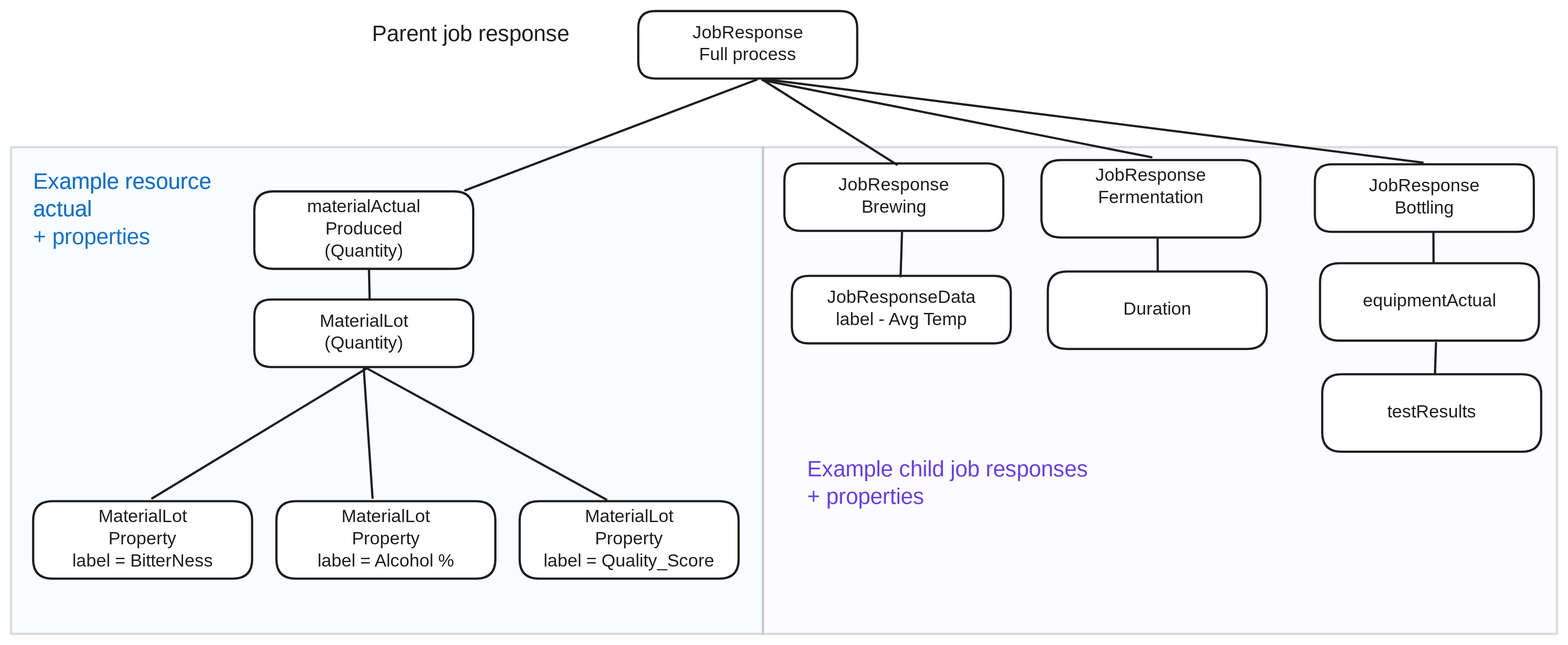
Before: static/images/s95/diagram-rhize-s95-job-response-with-children.svg, a diagram exported from Excalidraw (libremfg/rhize-docs). Source tidied: one line per element, renumbered; positions are measured from the earlier drawing's top-left corner, leaving out a move shared by most shapes.
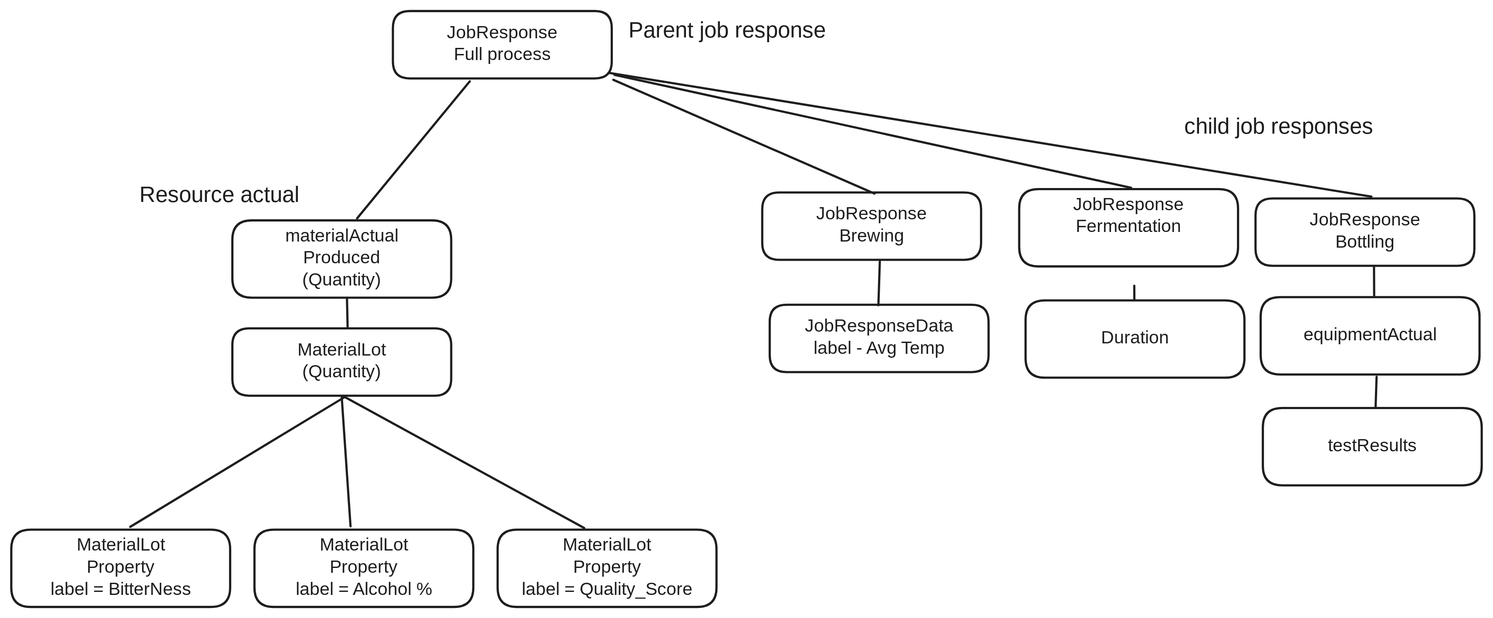
After the change.

Commit message:
[refactor] remove unnecessary color from diagram

Change to the diagram source:
```diff
@@ -1,10 +1,8 @@
-{"id": 0, "type": "rectangle", "strokeColor": "#868e96", "backgroundColor": "#f3f0ff", "fillStyle": "solid", "strokeWidth": 2, "roughness": 0, "opacity": 30, "x": 680, "y": 123, "width": 718, "height": 440}
-{"id": 1, "type": "rectangle", "strokeColor": "#868e96", "backgroundColor": "#e7f5ff", "fillStyle": "solid", "strokeWidth": 2, "roughness": 0, "opacity": 30, "x": 0, "y": 123, "width": 680, "height": 440}
-{"id": 2, "type": "rectangle", "strokeColor": "#1e1e1e", "backgroundColor": "#ffffff", "fillStyle": "solid", "strokeWidth": 2, "roughness": 0, "round": true, "x": 567, "y": 0, "width": 198, "height": 61}
+{"id": 2, "type": "rectangle", "strokeColor": "#1e1e1e", "backgroundColor": "#ffffff", "fillStyle": "solid", "strokeWidth": 2, "roughness": 0, "round": true, "x": 365, "y": -27, "width": 198, "height": 61}
-{"id": 3, "type": "text", "text": "JobResponse\nFull process", "strokeColor": "#1e1e1e", "backgroundColor": "#ffffff", "fillStyle": "solid", "strokeWidth": 1, "roughness": 0, "fontSize": 16, "fontFamily": 8, "textAlign": "center", "verticalAlign": "middle", "inside": 2, "x": 613, "y": 10, "width": 106, "height": 40}
+{"id": 3, "type": "text", "text": "JobResponse\nFull process", "strokeColor": "#1e1e1e", "backgroundColor": "#ffffff", "fillStyle": "solid", "strokeWidth": 1, "roughness": 0, "fontSize": 16, "fontFamily": 8, "textAlign": "center", "verticalAlign": "middle", "inside": 2, "x": 411, "y": -16, "width": 106, "height": 40}
 {"id": 4, "type": "rectangle", "strokeColor": "#1e1e1e", "backgroundColor": "#ffffff", "fillStyle": "solid", "strokeWidth": 2, "roughness": 0, "round": true, "x": 220, "y": 163, "width": 198, "height": 70}
 {"id": 5, "type": "text", "text": "materialActual\nProduced\n(Quantity)", "strokeColor": "#1e1e1e", "backgroundColor": "#ffffff", "fillStyle": "solid", "strokeWidth": 1, "roughness": 0, "fontSize": 16, "fontFamily": 8, "textAlign": "center", "verticalAlign": "middle", "inside": 4, "x": 257, "y": 168, "width": 123, "height": 60}
-{"id": 6, "type": "arrow", "strokeColor": "#1e1e1e", "backgroundColor": "#ffffff", "fillStyle": "solid", "strokeWidth": 2, "roughness": 0, "from": 4, "to": 2, "x": 411, "y": 162, "width": 263, "height": 100, "points": [[0, 0], [263, -100]]}
+{"id": 6, "type": "arrow", "strokeColor": "#1e1e1e", "backgroundColor": "#ffffff", "fillStyle": "solid", "strokeWidth": 2, "roughness": 0, "from": 4, "to": 2, "x": 333, "y": 161, "width": 102, "height": 124, "points": [[0, 0], [102, -124]]}
 {"id": 7, "type": "arrow", "strokeColor": "#1e1e1e", "backgroundColor": "#ffffff", "fillStyle": "solid", "strokeWidth": 2, "roughness": 0, "from": 10, "to": 4, "x": 325, "y": 273, "width": 1, "height": 39, "points": [[0, 0], [-1, -39]]}
 {"id": 8, "type": "rectangle", "strokeColor": "#1e1e1e", "backgroundColor": "#ffffff", "fillStyle": "solid", "strokeWidth": 2, "roughness": 0, "round": true, "x": 20, "y": 443, "width": 198, "height": 70}
 {"id": 9, "type": "text", "text": "MaterialLot\nProperty\nlabel = BitterNess", "strokeColor": "#1e1e1e", "backgroundColor": "#ffffff", "fillStyle": "solid", "strokeWidth": 1, "roughness": 0, "fontSize": 16, "fontFamily": 8, "textAlign": "center", "verticalAlign": "middle", "inside": 8, "x": 40, "y": 448, "width": 158, "height": 60}
@@ -19,26 +17,26 @@
 {"id": 18, "type": "arrow", "strokeColor": "#1e1e1e", "backgroundColor": "#ffffff", "fillStyle": "solid", "strokeWidth": 2, "roughness": 0, "from": 14, "to": 10, "x": 538, "y": 442, "width": 218, "height": 119, "points": [[0, 0], [-218, -119]]}
 {"id": 19, "type": "rectangle", "strokeColor": "#1e1e1e", "backgroundColor": "#ffffff", "fillStyle": "solid", "strokeWidth": 2, "roughness": 0, "round": true, "x": 706, "y": 239, "width": 198, "height": 61}
 {"id": 20, "type": "text", "text": "JobResponseData\nlabel - Avg Temp", "strokeColor": "#1e1e1e", "backgroundColor": "#ffffff", "fillStyle": "solid", "strokeWidth": 1, "roughness": 0, "fontSize": 16, "fontFamily": 8, "textAlign": "center", "verticalAlign": "middle", "inside": 19, "x": 735, "y": 250, "width": 141, "height": 40}
-{"id": 21, "type": "arrow", "strokeColor": "#1e1e1e", "backgroundColor": "#ffffff", "fillStyle": "solid", "strokeWidth": 2, "roughness": 0, "from": 31, "to": 22, "x": 1037, "y": 234, "width": 0, "height": 29, "points": [[0, 0], [0, -29]]}
+{"id": 21, "type": "arrow", "strokeColor": "#1e1e1e", "backgroundColor": "#ffffff", "fillStyle": "solid", "strokeWidth": 2, "roughness": 0, "from": 31, "to": 22, "x": 1036, "y": 234, "width": 0, "height": 12, "points": [[0, 0], [0, -12]]}
 {"id": 22, "type": "rectangle", "strokeColor": "#1e1e1e", "backgroundColor": "#ffffff", "fillStyle": "solid", "strokeWidth": 2, "roughness": 0, "round": true, "x": 932, "y": 135, "width": 198, "height": 70}
 {"id": 23, "type": "text", "text": "JobResponse\nFermentation\n", "strokeColor": "#1e1e1e", "backgroundColor": "#ffffff", "fillStyle": "solid", "strokeWidth": 1, "roughness": 0, "fontSize": 16, "fontFamily": 8, "textAlign": "center", "verticalAlign": "middle", "inside": 22, "x": 978, "y": 140, "width": 106, "height": 60}
-{"id": 24, "type": "rectangle", "strokeColor": "#1e1e1e", "backgroundColor": "#ffffff", "fillStyle": "solid", "strokeWidth": 2, "roughness": 0, "round": true, "x": 1179, "y": 139, "width": 198, "height": 61}
+{"id": 24, "type": "rectangle", "strokeColor": "#1e1e1e", "backgroundColor": "#ffffff", "fillStyle": "solid", "strokeWidth": 2, "roughness": 0, "round": true, "x": 1146, "y": 143, "width": 198, "height": 61}
-{"id": 25, "type": "text", "text": "JobResponse\nBottling", "strokeColor": "#1e1e1e", "backgroundColor": "#ffffff", "fillStyle": "solid", "strokeWidth": 1, "roughness": 0, "fontSize": 16, "fontFamily": 8, "textAlign": "center", "verticalAlign": "middle", "inside": 24, "x": 1230, "y": 149, "width": 97, "height": 40}
+{"id": 25, "type": "text", "text": "JobResponse\nBottling", "strokeColor": "#1e1e1e", "backgroundColor": "#ffffff", "fillStyle": "solid", "strokeWidth": 1, "roughness": 0, "fontSize": 16, "fontFamily": 8, "textAlign": "center", "verticalAlign": "middle", "inside": 24, "x": 1196, "y": 154, "width": 97, "height": 40}
 {"id": 26, "type": "rectangle", "strokeColor": "#1e1e1e", "backgroundColor": "#ffffff", "fillStyle": "solid", "strokeWidth": 2, "roughness": 0, "round": true, "x": 699, "y": 138, "width": 198, "height": 61}
 {"id": 27, "type": "text", "text": "JobResponse\nBrewing", "strokeColor": "#1e1e1e", "backgroundColor": "#ffffff", "fillStyle": "solid", "strokeWidth": 1, "roughness": 0, "fontSize": 16, "fontFamily": 8, "textAlign": "center", "verticalAlign": "middle", "inside": 26, "x": 750, "y": 148, "width": 97, "height": 40}
-{"id": 28, "type": "arrow", "strokeColor": "#1e1e1e", "backgroundColor": "#ffffff", "fillStyle": "solid", "strokeWidth": 2, "roughness": 0, "from": 26, "to": 2, "x": 801, "y": 139, "width": 121, "height": 77, "points": [[0, 0], [-121, -77]]}
+{"id": 28, "type": "arrow", "strokeColor": "#1e1e1e", "backgroundColor": "#ffffff", "fillStyle": "solid", "strokeWidth": 2, "roughness": 0, "from": 26, "to": 2, "x": 801, "y": 139, "width": 236, "height": 103, "points": [[0, 0], [-236, -103]]}
-{"id": 29, "type": "arrow", "strokeColor": "#1e1e1e", "backgroundColor": "#ffffff", "fillStyle": "solid", "strokeWidth": 2, "roughness": 0, "from": 22, "to": 2, "x": 1031, "y": 132, "width": 352, "height": 70, "points": [[0, 0], [-352, -70]]}
+{"id": 29, "type": "arrow", "strokeColor": "#1e1e1e", "backgroundColor": "#ffffff", "fillStyle": "solid", "strokeWidth": 2, "roughness": 0, "from": 22, "to": 2, "x": 1033, "y": 133, "width": 467, "height": 102, "points": [[0, 0], [-467, -102]]}
-{"id": 30, "type": "arrow", "strokeColor": "#1e1e1e", "backgroundColor": "#ffffff", "fillStyle": "solid", "strokeWidth": 2, "roughness": 0, "from": 24, "to": 2, "x": 1277, "y": 137, "width": 595, "height": 75, "points": [[0, 0], [-595, -75]]}
+{"id": 30, "type": "arrow", "strokeColor": "#1e1e1e", "backgroundColor": "#ffffff", "fillStyle": "solid", "strokeWidth": 2, "roughness": 0, "from": 24, "to": 2, "x": 1250, "y": 141, "width": 690, "height": 112, "points": [[0, 0], [-690, -112]]}
 {"id": 31, "type": "rectangle", "strokeColor": "#1e1e1e", "backgroundColor": "#ffffff", "fillStyle": "solid", "strokeWidth": 2, "roughness": 0, "round": true, "x": 938, "y": 235, "width": 198, "height": 70}
 {"id": 32, "type": "text", "text": "\nDuration\n", "strokeColor": "#1e1e1e", "backgroundColor": "#ffffff", "fillStyle": "solid", "strokeWidth": 1, "roughness": 0, "fontSize": 16, "fontFamily": 8, "textAlign": "center", "verticalAlign": "middle", "inside": 31, "x": 1001, "y": 240, "width": 70, "height": 60}
 {"id": 33, "type": "arrow", "strokeColor": "#1e1e1e", "backgroundColor": "#ffffff", "fillStyle": "solid", "strokeWidth": 2, "roughness": 0, "from": 19, "to": 26, "x": 804, "y": 240, "width": 1, "height": 40, "points": [[0, 0], [1, -40]]}
-{"id": 34, "type": "arrow", "strokeColor": "#1e1e1e", "backgroundColor": "#ffffff", "fillStyle": "solid", "strokeWidth": 2, "roughness": 0, "from": 35, "x": 1286, "y": 227, "width": 0, "height": 27, "points": [[0, 0], [0, -27]]}
+{"id": 34, "type": "arrow", "strokeColor": "#1e1e1e", "backgroundColor": "#ffffff", "fillStyle": "solid", "strokeWidth": 2, "roughness": 0, "from": 35, "x": 1253, "y": 231, "width": 0, "height": 27, "points": [[0, 0], [0, -27]]}
-{"id": 35, "type": "rectangle", "strokeColor": "#1e1e1e", "backgroundColor": "#ffffff", "fillStyle": "solid", "strokeWidth": 2, "roughness": 0, "round": true, "x": 1184, "y": 228, "width": 198, "height": 70}
+{"id": 35, "type": "rectangle", "strokeColor": "#1e1e1e", "backgroundColor": "#ffffff", "fillStyle": "solid", "strokeWidth": 2, "roughness": 0, "round": true, "x": 1150, "y": 232, "width": 198, "height": 70}
-{"id": 36, "type": "text", "text": "equipmentActual", "strokeColor": "#1e1e1e", "backgroundColor": "#ffffff", "fillStyle": "solid", "strokeWidth": 1, "roughness": 0, "fontSize": 16, "fontFamily": 8, "textAlign": "center", "verticalAlign": "middle", "inside": 35, "x": 1216, "y": 253, "width": 133, "height": 20}
+{"id": 36, "type": "text", "text": "equipmentActual", "strokeColor": "#1e1e1e", "backgroundColor": "#ffffff", "fillStyle": "solid", "strokeWidth": 1, "roughness": 0, "fontSize": 16, "fontFamily": 8, "textAlign": "center", "verticalAlign": "middle", "inside": 35, "x": 1183, "y": 257, "width": 133, "height": 20}
-{"id": 37, "type": "arrow", "strokeColor": "#1e1e1e", "backgroundColor": "#ffffff", "fillStyle": "solid", "strokeWidth": 2, "roughness": 0, "from": 38, "to": 35, "x": 1288, "y": 327, "width": 1, "height": 27, "points": [[0, 0], [1, -27]]}
+{"id": 37, "type": "arrow", "strokeColor": "#1e1e1e", "backgroundColor": "#ffffff", "fillStyle": "solid", "strokeWidth": 2, "roughness": 0, "from": 38, "to": 35, "x": 1254, "y": 332, "width": 1, "height": 27, "points": [[0, 0], [1, -27]]}
-{"id": 38, "type": "rectangle", "strokeColor": "#1e1e1e", "backgroundColor": "#ffffff", "fillStyle": "solid", "strokeWidth": 2, "roughness": 0, "round": true, "x": 1186, "y": 328, "width": 198, "height": 70}
+{"id": 38, "type": "rectangle", "strokeColor": "#1e1e1e", "backgroundColor": "#ffffff", "fillStyle": "solid", "strokeWidth": 2, "roughness": 0, "round": true, "x": 1152, "y": 333, "width": 198, "height": 70}
-{"id": 39, "type": "text", "text": "testResults", "strokeColor": "#1e1e1e", "backgroundColor": "#ffffff", "fillStyle": "solid", "strokeWidth": 1, "roughness": 0, "fontSize": 16, "fontFamily": 8, "textAlign": "center", "verticalAlign": "middle", "inside": 38, "x": 1236, "y": 353, "width": 97, "height": 20}
+{"id": 39, "type": "text", "text": "testResults", "strokeColor": "#1e1e1e", "backgroundColor": "#ffffff", "fillStyle": "solid", "strokeWidth": 1, "roughness": 0, "fontSize": 16, "fontFamily": 8, "textAlign": "center", "verticalAlign": "middle", "inside": 38, "x": 1203, "y": 358, "width": 97, "height": 20}
-{"id": 40, "type": "text", "text": "Example resource\nactual", "strokeColor": "#1971c2", "backgroundColor": "#e7f5ff", "fillStyle": "solid", "strokeWidth": 2, "roughness": 0, "fontSize": 20, "fontFamily": 8, "x": 20, "y": 143, "width": 176, "height": 50}
-{"id": 41, "type": "text", "text": "Example resource\nactual\n+ properties\n", "strokeColor": "#1971c2", "backgroundColor": "#e7f5ff", "fillStyle": "solid", "strokeWidth": 2, "roughness": 0, "fontSize": 20, "fontFamily": 8, "x": 20, "y": 143, "width": 176, "height": 100}
+{"id": 41, "type": "text", "text": "Resource actual\n\n", "strokeColor": "#1e1e1e", "backgroundColor": "#e7f5ff", "fillStyle": "solid", "strokeWidth": 2, "roughness": 0, "fontSize": 20, "fontFamily": 8, "x": 136, "y": 129, "width": 166, "height": 75}
+{"id": 43, "type": "text", "text": "Parent job response", "strokeColor": "#1e1e1e", "backgroundColor": "#f3f0ff", "fillStyle": "solid", "strokeWidth": 2, "roughness": 0, "fontSize": 20, "fontFamily": 8, "x": 578, "y": -20, "width": 209, "height": 25}
+{"id": 44, "type": "rectangle", "strokeColor": "transparent", "backgroundColor": "#ffffff", "fillStyle": "solid", "strokeWidth": 4, "roughness": 0, "x": 1076, "y": 70, "width": 210, "height": 16}
-{"id": 42, "type": "text", "text": "Example child job responses\n+ properties", "strokeColor": "#6741d9", "backgroundColor": "#e7f5ff", "fillStyle": "solid", "strokeWidth": 2, "roughness": 0, "fontSize": 20, "fontFamily": 8, "x": 720, "y": 403, "width": 297, "height": 50}
+{"id": 42, "type": "text", "text": "child job responses\n", "strokeColor": "#1e1e1e", "backgroundColor": "#e7f5ff", "fillStyle": "solid", "strokeWidth": 2, "roughness": 0, "fontSize": 20, "fontFamily": 8, "x": 1081, "y": 67, "width": 209, "height": 50}
-{"id": 43, "type": "text", "text": "Parent job response", "strokeColor": "#1e1e1e", "backgroundColor": "#f3f0ff", "fillStyle": "solid", "strokeWidth": 2, "roughness": 0, "fontSize": 20, "fontFamily": 8, "x": 326, "y": 10, "width": 209, "height": 25}
```
